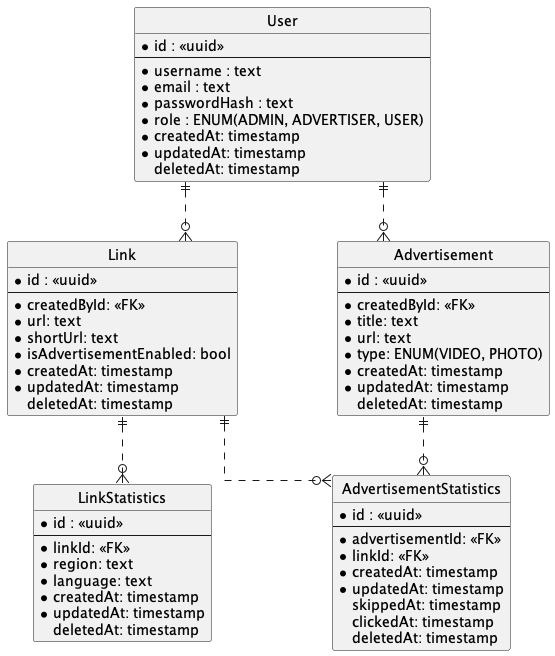
Before: diagrams/shortener_erd.png, a diagram exported from PlantUML (MichaelaLodnanova/Analytical-link-shortener).
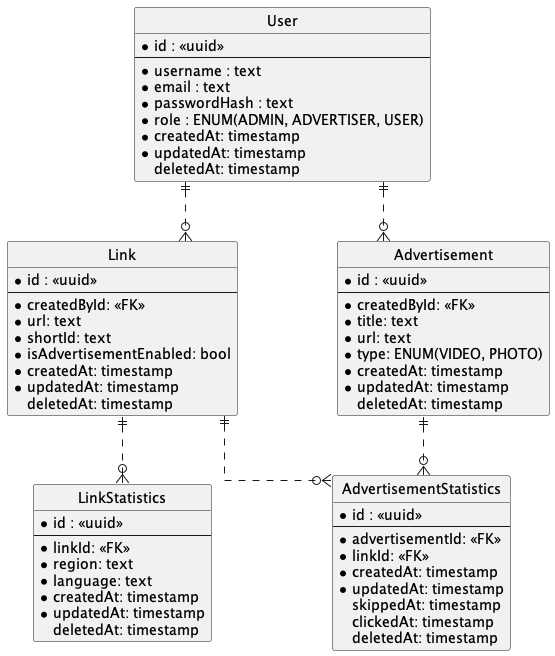
Above is the later version.

Commit message:
fix: use shortId in db instead of shortUrl for links

The edit, as a diff of the source:
```diff
@@ -1,4 +1,4 @@
-@startuml shortener
+@startuml shortener_erd
 
 hide circle
 skinparam Linetype ortho
@@ -22,7 +22,7 @@
   --
   * createdById: <<FK>>
   * url: text
-  * shortUrl: text
+  * shortId: text
   * isAdvertisementEnabled: bool
   * createdAt: timestamp
   * updatedAt: timestamp
```
